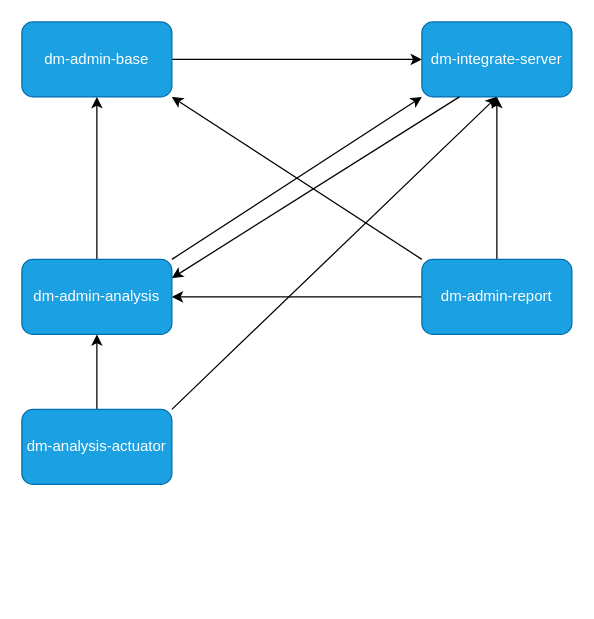
Earlier version of the draw.io diagram 麦哲伦服务网络.drawio (DramaChen/process_diagram). Source tidied: cells renumbered, new cells numbered last; positions are measured from the earlier drawing's top-left corner, leaving out a move shared by most shapes. Both pictures are drawn from the tidied source at 125%, with x=0, y=0 at pixel (21, 21).
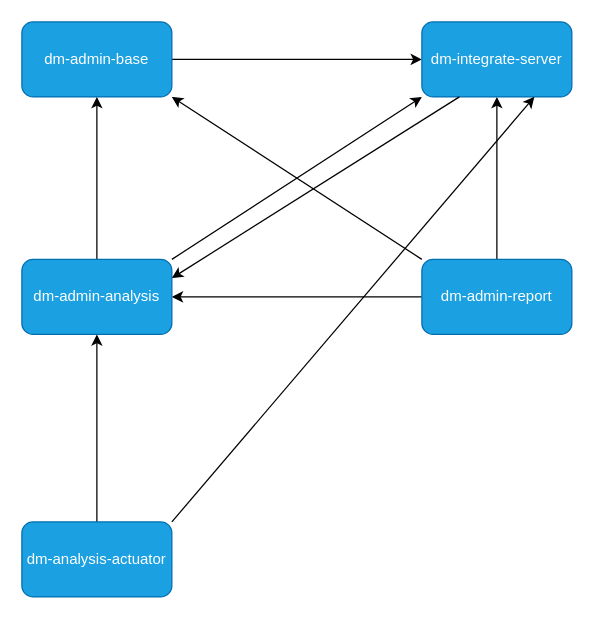
The same page after the edit.

Commit message (it also covers changes not shown here):
Update 麦哲伦服务网络.drawio

Diff of the diagram source:
```diff
@@
 <mxGraphModel>
   <root>
     <mxCell id="0" />
     <mxCell id="1" parent="0" />
     <mxCell id="2" style="edgeStyle=orthogonalEdgeStyle;rounded=0;jettySize=auto;html=1;exitX=0;exitY=0.5;exitDx=0;exitDy=0;entryX=1;entryY=0.5;entryDx=0;entryDy=0;" parent="1" edge="1" source="4" target="8">
       <mxGeometry relative="1" as="geometry" />
     </mxCell>
     <mxCell id="3" style="edgeStyle=orthogonalEdgeStyle;rounded=0;jettySize=auto;html=1;exitX=0.5;exitY=0;exitDx=0;exitDy=0;entryX=0.5;entryY=1;entryDx=0;entryDy=0;" parent="1" edge="1" source="4" target="9">
       <mxGeometry relative="1" as="geometry" />
     </mxCell>
     <mxCell id="4" value="dm-admin-report" style="rounded=1;whiteSpace=wrap;html=1;fillColor=#1ba1e2;strokeColor=#006EAF;fontColor=#ffffff;" parent="1" vertex="1">
       <mxGeometry x="320" y="190" width="120" height="60" as="geometry" />
     </mxCell>
     <mxCell id="5" style="edgeStyle=orthogonalEdgeStyle;rounded=0;jettySize=auto;html=1;exitX=1;exitY=0.5;exitDx=0;exitDy=0;entryX=0;entryY=0.5;entryDx=0;entryDy=0;" parent="1" edge="1" source="6" target="9">
       <mxGeometry relative="1" as="geometry" />
     </mxCell>
     <mxCell id="6" value="dm-admin-base" style="rounded=1;whiteSpace=wrap;html=1;fillColor=#1ba1e2;strokeColor=#006EAF;fontColor=#ffffff;" parent="1" vertex="1">
       <mxGeometry width="120" height="60" as="geometry" />
     </mxCell>
     <mxCell id="7" style="edgeStyle=orthogonalEdgeStyle;rounded=0;jettySize=auto;html=1;exitX=0.5;exitY=0;exitDx=0;exitDy=0;entryX=0.5;entryY=1;entryDx=0;entryDy=0;" parent="1" edge="1" source="8" target="6">
       <mxGeometry relative="1" as="geometry" />
     </mxCell>
     <mxCell id="8" value="dm-admin-analysis" style="rounded=1;whiteSpace=wrap;html=1;fillColor=#1ba1e2;strokeColor=#006EAF;fontColor=#ffffff;" parent="1" vertex="1">
       <mxGeometry y="190" width="120" height="60" as="geometry" />
     </mxCell>
     <mxCell id="9" value="dm-integrate-server" style="rounded=1;whiteSpace=wrap;html=1;fillColor=#1ba1e2;strokeColor=#006EAF;fontColor=#ffffff;" parent="1" vertex="1">
       <mxGeometry x="320" width="120" height="60" as="geometry" />
     </mxCell>
     <mxCell id="10" style="endArrow=classic;html=1;rounded=0;entryX=1;entryY=1;entryDx=0;entryDy=0;exitX=0;exitY=0;exitDx=0;exitDy=0;" parent="1" edge="1" source="4" target="6">
       <mxGeometry relative="1" as="geometry" />
     </mxCell>
     <mxCell id="11" style="endArrow=classic;html=1;rounded=0;entryX=0;entryY=1;entryDx=0;entryDy=0;exitX=1;exitY=0;exitDx=0;exitDy=0;" parent="1" edge="1" source="8" target="9">
       <mxGeometry relative="1" as="geometry" />
     </mxCell>
     <mxCell id="12" style="endArrow=classic;html=1;rounded=0;entryX=1;entryY=0.25;entryDx=0;entryDy=0;exitX=0.25;exitY=1;exitDx=0;exitDy=0;" parent="1" edge="1" source="9" target="8">
       <mxGeometry relative="1" as="geometry" />
     </mxCell>
     <mxCell id="13" style="edgeStyle=orthogonalEdgeStyle;rounded=0;jettySize=auto;html=1;exitX=0.5;exitY=0;exitDx=0;exitDy=0;entryX=0.5;entryY=1;entryDx=0;entryDy=0;" parent="1" edge="1" source="14" target="8">
       <mxGeometry relative="1" as="geometry" />
     </mxCell>
     <mxCell id="14" value="dm-analysis-actuator" style="rounded=1;whiteSpace=wrap;html=1;fillColor=#1ba1e2;strokeColor=#006EAF;fontColor=#ffffff;" parent="1" vertex="1">
-      <mxGeometry y="310" width="120" height="60" as="geometry" />
+      <mxGeometry y="400" width="120" height="60" as="geometry" />
     </mxCell>
-    <mxCell id="15" style="endArrow=classic;html=1;rounded=0;exitX=1;exitY=0;exitDx=0;exitDy=0;entryX=0.5;entryY=1;entryDx=0;entryDy=0;" parent="1" edge="1" source="14" target="9">
+    <mxCell id="15" style="endArrow=classic;html=1;rounded=0;exitX=1;exitY=0;exitDx=0;exitDy=0;entryX=0.75;entryY=1;entryDx=0;entryDy=0;" parent="1" edge="1" source="14" target="9">
       <mxGeometry relative="1" as="geometry" />
     </mxCell>
   </root>
 </mxGraphModel>
```
